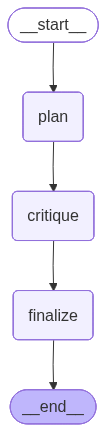
yfge/ai-video-studio keeps this Mermaid diagram as docs/agent_graphs/storyboard_react_reasoner.png. Above is the earlier version. Its source is kept beside it as docs/agent_graphs/storyboard_react_reasoner.mmd. Its diagram source:
```mermaid
---
config:
  flowchart:
    curve: linear
---
graph TD;
	__start__([<p>__start__</p>]):::first
	plan(plan)
	critique(critique)
	finalize(finalize)
	__end__([<p>__end__</p>]):::last
	__start__ --> plan;
	critique --> finalize;
	plan --> critique;
	finalize --> __end__;
	classDef default fill:#f2f0ff,line-height:1.2
	classDef first fill-opacity:0
	classDef last fill:#bfb6fc
```
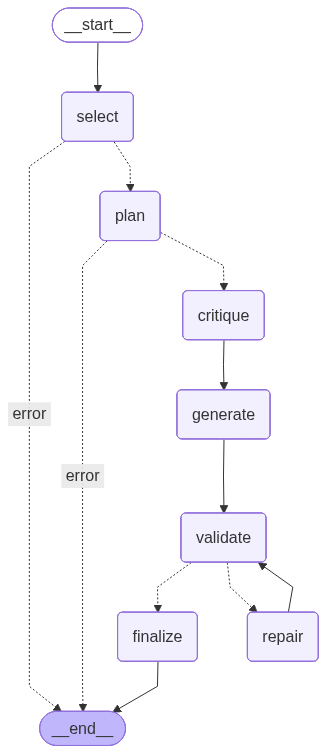
After the change.

Change to the diagram source:
```diff
@@ -5,13 +5,24 @@
 ---
 graph TD;
 	__start__([<p>__start__</p>]):::first
+	select(select)
 	plan(plan)
 	critique(critique)
+	generate(generate)
+	validate(validate)
+	repair(repair)
 	finalize(finalize)
 	__end__([<p>__end__</p>]):::last
-	__start__ --> plan;
-	critique --> finalize;
-	plan --> critique;
+	__start__ --> select;
+	critique --> generate;
+	generate --> validate;
+	plan -. &nbsp;error&nbsp; .-> __end__;
+	plan -.-> critique;
+	repair --> validate;
+	select -. &nbsp;error&nbsp; .-> __end__;
+	select -.-> plan;
+	validate -.-> finalize;
+	validate -.-> repair;
 	finalize --> __end__;
 	classDef default fill:#f2f0ff,line-height:1.2
 	classDef first fill-opacity:0
```
